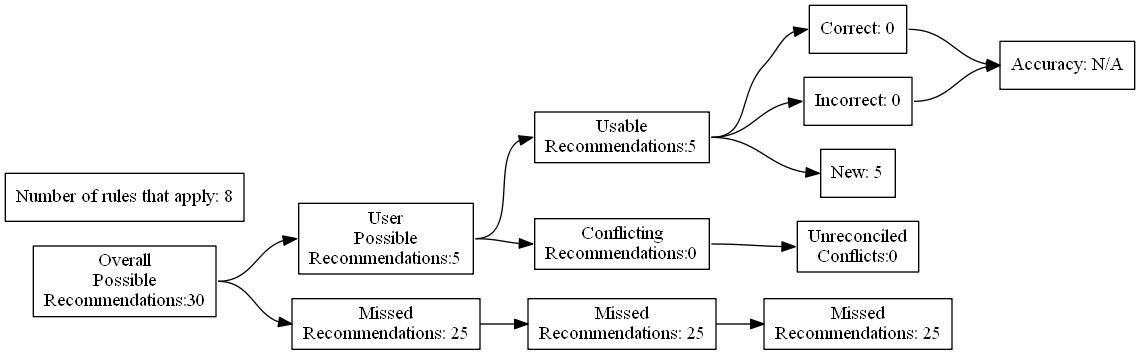
ZaxR/ibd_diet_analysis keeps this Graphviz diagram as test_renders/29.gv.png. Above is the earlier version. Its source is kept beside it as test_renders/29.gv. Its diagram source:
```dot
digraph {
	graph [rankdir=LR]
	node [pos=r shape=box]
	edge [headport=w tailport=e]
		A [label="Overall
Possible
Recommendations:30"]
		B [label="User
Possible
Recommendations:5"]
		C [label="Missed
Recommendations: 25"]
		D [label="Usable
Recommendations:5"]
		E [label="Conflicting
Recommendations:0"]
		J [label="Missed
Recommendations: 25"]
		M [label="Unreconciled
Conflicts:0"]
		F [label="Correct: 0"]
		G [label="Incorrect: 0"]
		H [label="New: 5"]
		K [label="Missed
Recommendations: 25"]
		I [label="Accuracy: N/A"]
		l [label="Number of rules that apply: 8"]
			A -> B
			A -> C
			B -> D
			B -> E
			D -> F
			D -> G
			D -> H
			F -> I
			G -> I
			C -> J
			J -> K
			E -> M
}
```
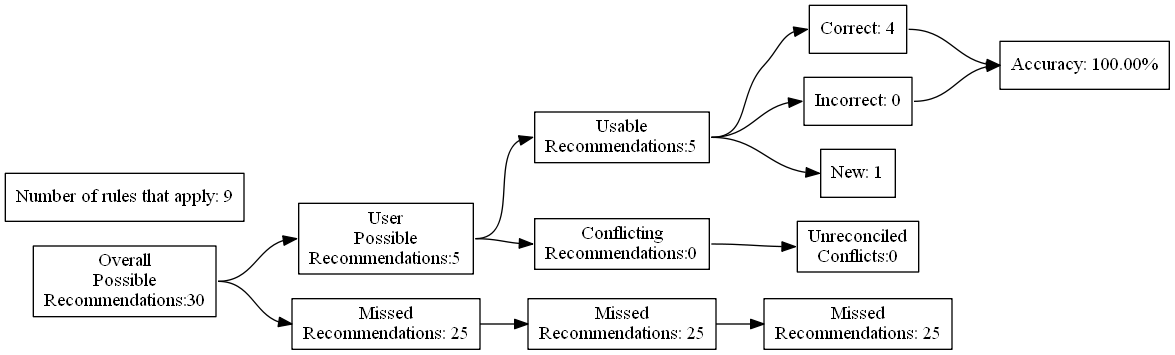
The same file after the commit.

The edit, as a diff of the source:
```diff
@@ -18,13 +18,13 @@
 Recommendations: 25"]
 		M [label="Unreconciled
 Conflicts:0"]
-		F [label="Correct: 0"]
+		F [label="Correct: 4"]
 		G [label="Incorrect: 0"]
-		H [label="New: 5"]
+		H [label="New: 1"]
 		K [label="Missed
 Recommendations: 25"]
-		I [label="Accuracy: N/A"]
-		l [label="Number of rules that apply: 8"]
+		I [label="Accuracy: 100.00%"]
+		l [label="Number of rules that apply: 9"]
 			A -> B
 			A -> C
 			B -> D
```
